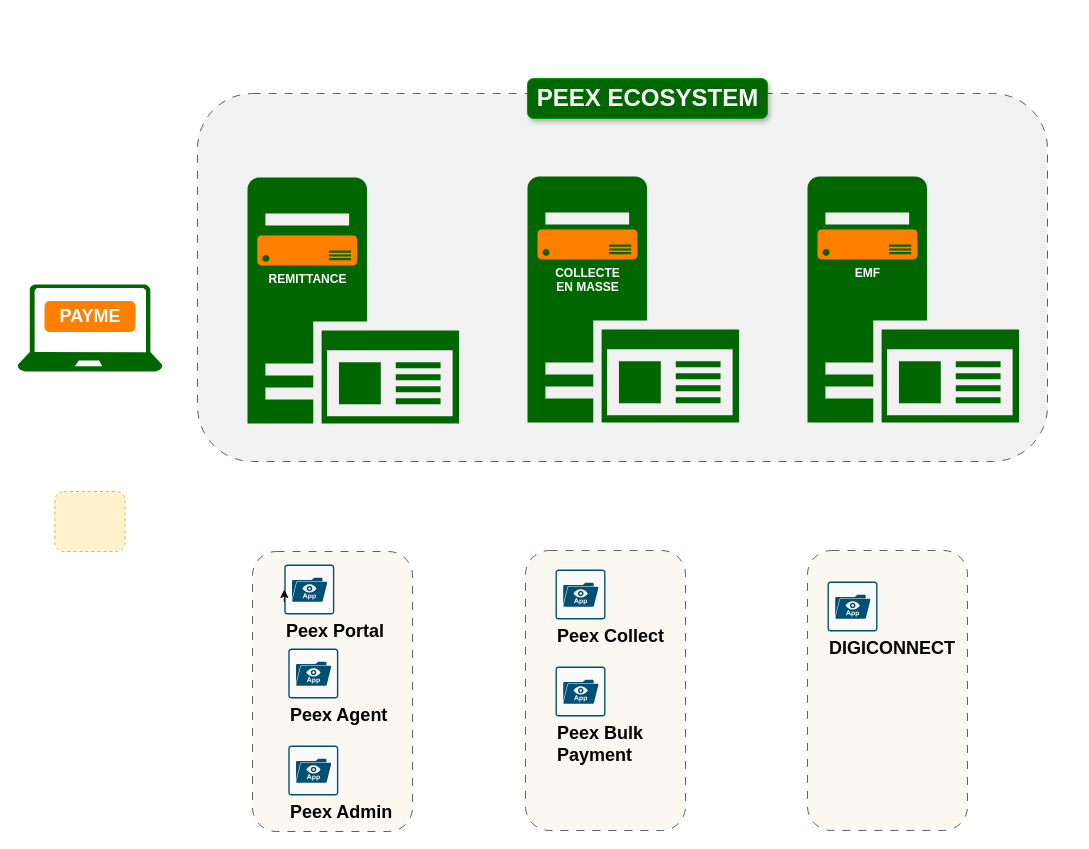
Earlier version of the draw.io diagram Peex-Marketing.drawio (dabiko/draw-io). Source tidied: cells renumbered, new cells numbered last; positions are measured from the earlier drawing's top-left corner, leaving out a move shared by most shapes. Both pictures are drawn from the tidied source at 100%, with x=0, y=0 at pixel (17, 78).
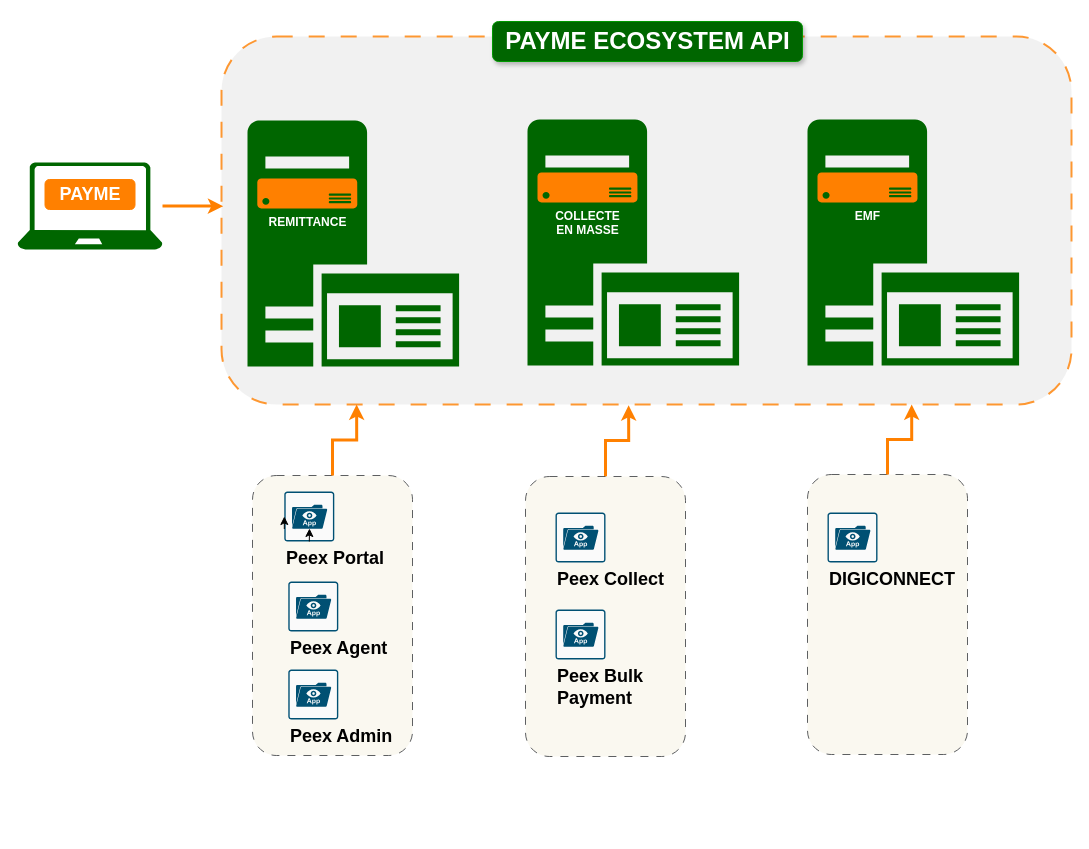
The same page after the edit.

Change to the diagram source:
```diff
@@
     <mxCell id="2" style="rounded=1;whiteSpace=wrap;html=1;fillColor=#f9f7ed;strokeColor=#36393d;dashed=1;dashPattern=8 8;fillStyle=solid;opacity=80;" parent="1" vertex="1">
-      <mxGeometry x="790" y="472" width="160" height="280" as="geometry" />
+      <mxGeometry x="790" y="396" width="160" height="280" as="geometry" />
     </mxCell>
+    <mxCell id="23" style="edgeStyle=orthogonalEdgeStyle;rounded=0;jettySize=auto;html=1;entryX=0.479;entryY=1.002;entryDx=0;entryDy=0;entryPerimeter=0;strokeWidth=3;flowAnimation=1;strokeColor=#FF8000;" parent="1" edge="1" source="3" target="4">
+      <mxGeometry relative="1" as="geometry" />
+    </mxCell>
     <mxCell id="3" style="rounded=1;whiteSpace=wrap;html=1;fillColor=#f9f7ed;strokeColor=#36393d;dashed=1;dashPattern=8 8;fillStyle=solid;opacity=80;" parent="1" vertex="1">
-      <mxGeometry x="508" y="472" width="160" height="280" as="geometry" />
+      <mxGeometry x="508" y="398" width="160" height="280" as="geometry" />
     </mxCell>
-    <mxCell id="4" style="rounded=1;whiteSpace=wrap;html=1;fillColor=#eeeeee;strokeColor=#36393d;dashed=1;dashPattern=8 8;fillStyle=solid;opacity=80;" parent="1" vertex="1">
-      <mxGeometry x="180" y="15" width="850" height="368" as="geometry" />
+    <mxCell id="4" style="rounded=1;whiteSpace=wrap;html=1;fillColor=#eeeeee;strokeColor=#FF8000;dashed=1;dashPattern=8 8;fillStyle=solid;opacity=80;strokeWidth=2;" parent="1" vertex="1">
+      <mxGeometry x="204" y="-42" width="850" height="368" as="geometry" />
     </mxCell>
     <mxCell id="5" style="rounded=1;whiteSpace=wrap;html=1;fillColor=#f9f7ed;strokeColor=#36393d;dashed=1;dashPattern=8 8;fillStyle=solid;opacity=80;" parent="1" vertex="1">
-      <mxGeometry x="235" y="473" width="160" height="280" as="geometry" />
+      <mxGeometry x="235" y="397" width="160" height="280" as="geometry" />
     </mxCell>
-    <mxCell id="6" style="rounded=1;whiteSpace=wrap;html=1;fillColor=#fff2cc;strokeColor=#d6b656;dashed=1;" parent="1" vertex="1">
-      <mxGeometry x="37.4" y="413" width="70.2" height="60" as="geometry" />
-    </mxCell>
     <mxCell id="7" style="sketch=0;shadow=0;dashed=0;html=1;strokeColor=none;labelPosition=center;verticalLabelPosition=bottom;verticalAlign=top;align=center;fillColor=#006600;shape=mxgraph.mscae.enterprise.application_server2;" parent="1" vertex="1">
-      <mxGeometry x="230" y="99" width="211.6" height="246" as="geometry" />
+      <mxGeometry x="230" y="42" width="211.6" height="246" as="geometry" />
     </mxCell>
     <mxCell id="8" value="&lt;span style=&quot;text-wrap: wrap;&quot;&gt;&lt;b&gt;&lt;font color=&quot;#ffffff&quot;&gt;REMITTANCE&lt;/font&gt;&lt;/b&gt;&lt;/span&gt;" style="sketch=0;shadow=0;dashed=0;html=1;strokeColor=none;labelPosition=center;verticalLabelPosition=bottom;verticalAlign=top;align=center;fillColor=#FF8000;shape=mxgraph.azure.server;" parent="1" vertex="1">
-      <mxGeometry x="239.8" y="157" width="100" height="30" as="geometry" />
+      <mxGeometry x="239.8" y="100" width="100" height="30" as="geometry" />
     </mxCell>
-    <mxCell id="9" value="&lt;b&gt;&lt;font color=&quot;#ffffff&quot; style=&quot;font-size: 24px;&quot;&gt;PEEX ECOSYSTEM&lt;/font&gt;&lt;/b&gt;" style="text;html=1;align=center;verticalAlign=middle;strokeColor=#009900;fillColor=#006600;strokeWidth=1;rounded=1;shadow=1;" parent="1" vertex="1">
-      <mxGeometry x="510" width="240" height="40" as="geometry" />
+    <mxCell id="9" value="&lt;b&gt;&lt;font color=&quot;#ffffff&quot; style=&quot;font-size: 24px;&quot;&gt;PAYME ECOSYSTEM API&lt;/font&gt;&lt;/b&gt;" style="text;html=1;align=center;verticalAlign=middle;strokeColor=#009900;fillColor=#006600;strokeWidth=1;rounded=1;shadow=1;" parent="1" vertex="1">
+      <mxGeometry x="475" y="-57" width="310" height="40" as="geometry" />
     </mxCell>
     <mxCell id="10" value="&lt;h2&gt;&lt;font style=&quot;font-size: 18px;&quot;&gt;PAYME&lt;/font&gt;&lt;/h2&gt;" style="rounded=1;whiteSpace=wrap;html=1;fillColor=#FF8000;fontColor=#ffffff;strokeColor=#FF8000;" parent="1" vertex="1">
-      <mxGeometry x="27.5" y="223" width="90" height="30" as="geometry" />
+      <mxGeometry x="27.5" y="101" width="90" height="30" as="geometry" />
     </mxCell>
     <mxCell id="11" style="verticalLabelPosition=bottom;html=1;verticalAlign=top;align=center;strokeColor=none;fillColor=#006600;shape=mxgraph.azure.laptop;" parent="1" vertex="1">
-      <mxGeometry y="206" width="145" height="87" as="geometry" />
+      <mxGeometry y="84" width="145" height="87" as="geometry" />
     </mxCell>
     <mxCell id="12" style="sketch=0;shadow=0;dashed=0;html=1;strokeColor=none;labelPosition=center;verticalLabelPosition=bottom;verticalAlign=top;align=center;fillColor=#006600;shape=mxgraph.mscae.enterprise.application_server2;" parent="1" vertex="1">
-      <mxGeometry x="510" y="98" width="211.6" height="246" as="geometry" />
+      <mxGeometry x="510" y="41" width="211.6" height="246" as="geometry" />
     </mxCell>
     <mxCell id="13" style="sketch=0;shadow=0;dashed=0;html=1;strokeColor=none;labelPosition=center;verticalLabelPosition=bottom;verticalAlign=top;align=center;fillColor=#006600;shape=mxgraph.mscae.enterprise.application_server2;" parent="1" vertex="1">
-      <mxGeometry x="790" y="98" width="211.6" height="246" as="geometry" />
+      <mxGeometry x="790" y="41" width="211.6" height="246" as="geometry" />
     </mxCell>
     <mxCell id="14" value="&lt;span style=&quot;text-wrap: wrap;&quot;&gt;&lt;b&gt;&lt;font color=&quot;#ffffff&quot;&gt;COLLECTE EN MASSE&lt;/font&gt;&lt;/b&gt;&lt;/span&gt;" style="sketch=0;shadow=0;dashed=0;html=1;strokeColor=none;labelPosition=center;verticalLabelPosition=bottom;verticalAlign=top;align=center;fillColor=#FF8000;shape=mxgraph.azure.server;" parent="1" vertex="1">
-      <mxGeometry x="520" y="151" width="100" height="30" as="geometry" />
+      <mxGeometry x="520" y="94" width="100" height="30" as="geometry" />
     </mxCell>
     <mxCell id="15" value="&lt;font color=&quot;#ffffff&quot;&gt;&lt;span style=&quot;text-wrap: wrap;&quot;&gt;&lt;b&gt;EMF&lt;/b&gt;&lt;/span&gt;&lt;/font&gt;" style="sketch=0;shadow=0;dashed=0;html=1;strokeColor=none;labelPosition=center;verticalLabelPosition=bottom;verticalAlign=top;align=center;fillColor=#FF8000;shape=mxgraph.azure.server;" parent="1" vertex="1">
-      <mxGeometry x="800" y="151" width="100" height="30" as="geometry" />
+      <mxGeometry x="800" y="94" width="100" height="30" as="geometry" />
     </mxCell>
     <mxCell id="16" value="&lt;b style=&quot;background-color: initial;&quot;&gt;&lt;font style=&quot;font-size: 18px;&quot;&gt;Peex Agent&lt;/font&gt;&lt;/b&gt;" style="sketch=0;verticalLabelPosition=bottom;html=1;verticalAlign=top;align=left;shape=mxgraph.cisco19.rect;prIcon=avc_application_visibility_control;fillColor=#FAFAFA;strokeColor=#005073;" parent="1" vertex="1">
-      <mxGeometry x="270.8" y="570" width="50" height="50" as="geometry" />
+      <mxGeometry x="270.8" y="503" width="50" height="50" as="geometry" />
     </mxCell>
     <mxCell id="17" value="&lt;b style=&quot;background-color: initial;&quot;&gt;&lt;font style=&quot;font-size: 18px;&quot;&gt;Peex Portal&lt;/font&gt;&lt;/b&gt;" style="sketch=0;points=[[0.015,0.015,0],[0.985,0.015,0],[0.985,0.985,0],[0.015,0.985,0],[0.25,0,0],[0.5,0,0],[0.75,0,0],[1,0.25,0],[1,0.5,0],[1,0.75,0],[0.75,1,0],[0.5,1,0],[0.25,1,0],[0,0.75,0],[0,0.5,0],[0,0.25,0]];verticalLabelPosition=bottom;html=1;verticalAlign=top;align=left;shape=mxgraph.cisco19.rect;prIcon=avc_application_visibility_control;fillColor=#FAFAFA;strokeColor=#005073;" parent="1" vertex="1">
-      <mxGeometry x="266.8" y="486" width="50" height="50" as="geometry" />
+      <mxGeometry x="266.8" y="413" width="50" height="50" as="geometry" />
     </mxCell>
     <mxCell id="18" value="&lt;b style=&quot;background-color: initial;&quot;&gt;&lt;font style=&quot;font-size: 18px;&quot;&gt;Peex Admin&lt;/font&gt;&lt;/b&gt;" style="sketch=0;verticalLabelPosition=bottom;html=1;verticalAlign=top;align=left;shape=mxgraph.cisco19.rect;prIcon=avc_application_visibility_control;fillColor=#FAFAFA;strokeColor=#005073;" parent="1" vertex="1">
-      <mxGeometry x="270.8" y="667" width="50" height="50" as="geometry" />
+      <mxGeometry x="270.8" y="591" width="50" height="50" as="geometry" />
     </mxCell>
     <mxCell id="19" value="&lt;b style=&quot;background-color: initial;&quot;&gt;&lt;font style=&quot;font-size: 18px;&quot;&gt;Peex Bulk&amp;nbsp;&lt;/font&gt;&lt;/b&gt;&lt;div&gt;&lt;b style=&quot;background-color: initial;&quot;&gt;&lt;font style=&quot;font-size: 18px;&quot;&gt;Payment&lt;/font&gt;&lt;/b&gt;&lt;/div&gt;" style="sketch=0;verticalLabelPosition=bottom;html=1;verticalAlign=top;align=left;shape=mxgraph.cisco19.rect;prIcon=avc_application_visibility_control;fillColor=#FAFAFA;strokeColor=#005073;" parent="1" vertex="1">
-      <mxGeometry x="538" y="588" width="50" height="50" as="geometry" />
+      <mxGeometry x="538" y="531" width="50" height="50" as="geometry" />
     </mxCell>
     <mxCell id="20" value="&lt;b style=&quot;background-color: initial;&quot;&gt;&lt;font style=&quot;font-size: 18px;&quot;&gt;Peex Collect&lt;/font&gt;&lt;/b&gt;" style="sketch=0;verticalLabelPosition=bottom;html=1;verticalAlign=top;align=left;shape=mxgraph.cisco19.rect;prIcon=avc_application_visibility_control;fillColor=#FAFAFA;strokeColor=#005073;" parent="1" vertex="1">
-      <mxGeometry x="538" y="491" width="50" height="50" as="geometry" />
+      <mxGeometry x="538" y="434" width="50" height="50" as="geometry" />
     </mxCell>
     <mxCell id="21" value="&lt;b style=&quot;background-color: initial;&quot;&gt;&lt;font style=&quot;font-size: 18px;&quot;&gt;DIGICONNECT&lt;/font&gt;&lt;/b&gt;" style="sketch=0;verticalLabelPosition=bottom;html=1;verticalAlign=top;align=left;shape=mxgraph.cisco19.rect;prIcon=avc_application_visibility_control;fillColor=#FAFAFA;strokeColor=#005073;" parent="1" vertex="1">
-      <mxGeometry x="810" y="503" width="50" height="50" as="geometry" />
+      <mxGeometry x="810" y="434" width="50" height="50" as="geometry" />
     </mxCell>
@@
+    <mxCell id="24" style="edgeStyle=orthogonalEdgeStyle;rounded=0;jettySize=auto;html=1;entryX=0.812;entryY=1;entryDx=0;entryDy=0;entryPerimeter=0;strokeWidth=3;strokeColor=#FF8000;flowAnimation=1;" parent="1" edge="1" source="2" target="4">
+      <mxGeometry relative="1" as="geometry" />
+    </mxCell>
+    <mxCell id="25" style="edgeStyle=orthogonalEdgeStyle;rounded=0;jettySize=auto;html=1;entryX=0.159;entryY=1;entryDx=0;entryDy=0;entryPerimeter=0;strokeWidth=3;flowAnimation=1;strokeColor=#FF8000;" parent="1" edge="1" source="5" target="4">
+      <mxGeometry relative="1" as="geometry" />
+    </mxCell>
+    <mxCell id="26" style="edgeStyle=orthogonalEdgeStyle;rounded=0;jettySize=auto;html=1;entryX=0.002;entryY=0.461;entryDx=0;entryDy=0;entryPerimeter=0;strokeWidth=3;strokeColor=#FF8000;" parent="1" edge="1" source="11" target="4">
+      <mxGeometry relative="1" as="geometry" />
+    </mxCell>
+    <mxCell id="27" style="edgeStyle=orthogonalEdgeStyle;rounded=0;orthogonalLoop=1;jettySize=auto;html=1;exitX=0.5;exitY=1;exitDx=0;exitDy=0;exitPerimeter=0;entryX=0.504;entryY=0.74;entryDx=0;entryDy=0;entryPerimeter=0;" parent="1" edge="1" source="17" target="17">
+      <mxGeometry relative="1" as="geometry" />
+    </mxCell>
```
